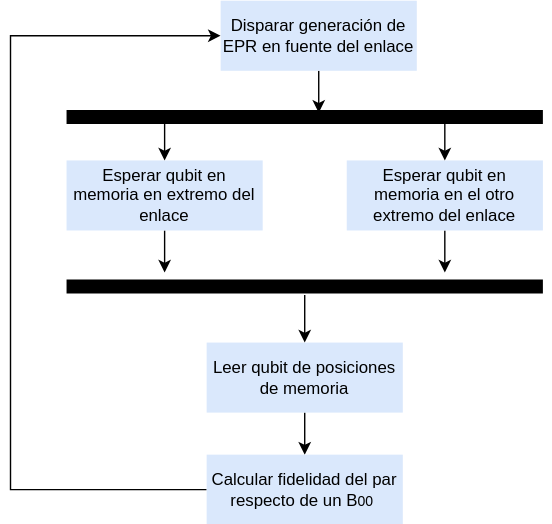
Earlier version of the draw.io export Diagramas/Flujo/tec-LinkFidelityProtocol.svg (davidpcuvigo/quantumcity). Source tidied: cells renumbered, new cells last; positions are measured from the earlier drawing's top-left corner, leaving out a move shared by most shapes. Source of this version:
```xml
<mxGraphModel>
  <root>
    <mxCell id="0" />
    <mxCell id="1" parent="0" />
    <mxCell id="2" style="edgeStyle=orthogonalEdgeStyle;rounded=0;jettySize=auto;html=1;exitX=0.5;exitY=1;exitDx=0;exitDy=0;" parent="1" edge="1" source="3">
      <mxGeometry relative="1" as="geometry">
        <mxPoint x="110" y="194" as="targetPoint" />
      </mxGeometry>
    </mxCell>
    <mxCell id="3" value="Esperar qubit en memoria en extremo del enlace" style="rounded=0;whiteSpace=wrap;html=1;fillColor=#dae8fc;strokeColor=none;" parent="1" vertex="1">
      <mxGeometry x="40" y="114" width="140" height="50" as="geometry" />
    </mxCell>
    <mxCell id="4" style="edgeStyle=orthogonalEdgeStyle;rounded=0;jettySize=auto;html=1;exitX=0.5;exitY=1;exitDx=0;exitDy=0;" parent="1" edge="1" source="5">
      <mxGeometry relative="1" as="geometry">
        <mxPoint x="310" y="194" as="targetPoint" />
      </mxGeometry>
    </mxCell>
    <mxCell id="5" value="Esperar qubit en memoria en el otro extremo del enlace" style="rounded=0;whiteSpace=wrap;html=1;fillColor=#dae8fc;strokeColor=none;" parent="1" vertex="1">
      <mxGeometry x="240" y="114" width="140" height="50" as="geometry" />
    </mxCell>
    <mxCell id="6" style="endArrow=none;html=1;rounded=0;strokeWidth=10;" parent="1" edge="1">
      <mxGeometry relative="1" as="geometry">
        <mxPoint x="40" y="204" as="sourcePoint" />
        <mxPoint x="380" y="204" as="targetPoint" />
      </mxGeometry>
    </mxCell>
    <mxCell id="7" style="edgeStyle=orthogonalEdgeStyle;rounded=0;jettySize=auto;html=1;exitX=0.5;exitY=1;exitDx=0;exitDy=0;entryX=0.5;entryY=0;entryDx=0;entryDy=0;" parent="1" edge="1" source="8" target="10">
      <mxGeometry relative="1" as="geometry" />
    </mxCell>
    <mxCell id="8" value="Leer qubit de posiciones de memoria" style="rounded=0;whiteSpace=wrap;html=1;fillColor=#dae8fc;strokeColor=none;" parent="1" vertex="1">
      <mxGeometry x="140" y="244" width="140" height="50" as="geometry" />
    </mxCell>
    <mxCell id="9" style="edgeStyle=orthogonalEdgeStyle;rounded=0;jettySize=auto;html=1;exitX=0;exitY=0.5;exitDx=0;exitDy=0;entryX=0;entryY=0.5;entryDx=0;entryDy=0;" parent="1" edge="1" source="10" target="12">
      <mxGeometry relative="1" as="geometry">
        <Array as="points">
          <mxPoint y="349" />
          <mxPoint y="25" />
        </Array>
      </mxGeometry>
    </mxCell>
    <mxCell id="10" value="Calcular fidelidad del par respecto de un B&lt;font style=&quot;font-size: 10px;&quot;&gt;00&lt;/font&gt;&amp;nbsp;" style="rounded=0;whiteSpace=wrap;html=1;fillColor=#dae8fc;strokeColor=none;" parent="1" vertex="1">
      <mxGeometry x="140" y="324" width="140" height="50" as="geometry" />
    </mxCell>
    <mxCell id="11" style="edgeStyle=orthogonalEdgeStyle;rounded=0;jettySize=auto;html=1;exitX=0.5;exitY=1;exitDx=0;exitDy=0;" parent="1" edge="1" source="12">
      <mxGeometry relative="1" as="geometry">
        <mxPoint x="220" y="80" as="targetPoint" />
      </mxGeometry>
    </mxCell>
    <mxCell id="12" value="Disparar generación de EPR en fuente del enlace" style="rounded=0;whiteSpace=wrap;html=1;fillColor=#dae8fc;strokeColor=none;" parent="1" vertex="1">
      <mxGeometry x="150" width="140" height="50" as="geometry" />
    </mxCell>
    <mxCell id="13" style="endArrow=none;html=1;rounded=0;strokeWidth=10;" parent="1" edge="1">
      <mxGeometry relative="1" as="geometry">
        <mxPoint x="40" y="83" as="sourcePoint" />
        <mxPoint x="380" y="83" as="targetPoint" />
      </mxGeometry>
    </mxCell>
    <mxCell id="14" style="edgeStyle=orthogonalEdgeStyle;rounded=0;jettySize=auto;html=1;entryX=0.5;entryY=0;entryDx=0;entryDy=0;" parent="1" edge="1" target="3">
      <mxGeometry relative="1" as="geometry">
        <mxPoint x="110" y="80" as="sourcePoint" />
      </mxGeometry>
    </mxCell>
    <mxCell id="15" style="edgeStyle=orthogonalEdgeStyle;rounded=0;jettySize=auto;html=1;entryX=0.5;entryY=0;entryDx=0;entryDy=0;" parent="1" edge="1" target="5">
      <mxGeometry relative="1" as="geometry">
        <mxPoint x="310" y="80" as="sourcePoint" />
      </mxGeometry>
    </mxCell>
    <mxCell id="16" style="edgeStyle=orthogonalEdgeStyle;rounded=0;jettySize=auto;html=1;entryX=0.5;entryY=0;entryDx=0;entryDy=0;" parent="1" edge="1" target="8">
      <mxGeometry relative="1" as="geometry">
        <mxPoint x="210" y="210" as="sourcePoint" />
        <Array as="points">
          <mxPoint x="210" y="220" />
          <mxPoint x="210" y="220" />
        </Array>
      </mxGeometry>
    </mxCell>
  </root>
</mxGraphModel>
```
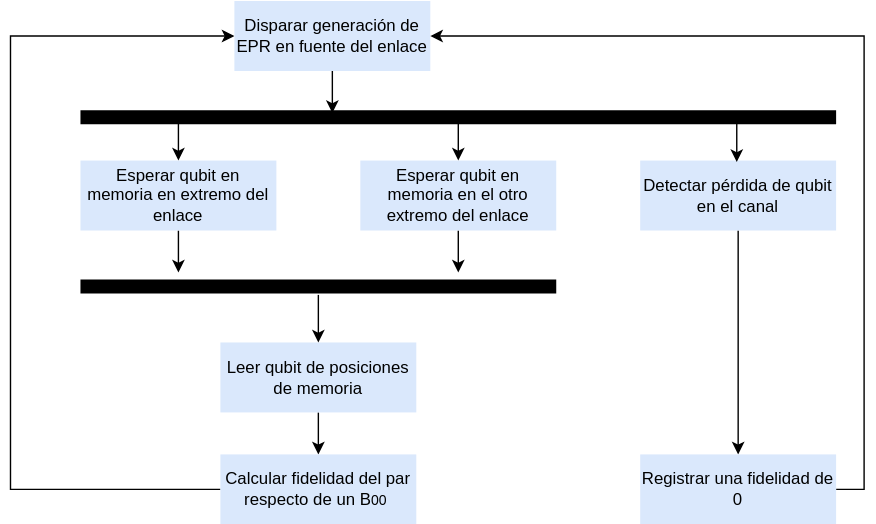
After the change.

What changed in the source:
```diff
@@ -33,8 +33,8 @@
     <mxCell id="9" style="edgeStyle=orthogonalEdgeStyle;rounded=0;jettySize=auto;html=1;exitX=0;exitY=0.5;exitDx=0;exitDy=0;entryX=0;entryY=0.5;entryDx=0;entryDy=0;" parent="1" edge="1" source="10" target="12">
       <mxGeometry relative="1" as="geometry">
         <Array as="points">
-          <mxPoint y="349" />
-          <mxPoint y="25" />
+          <mxPoint x="-10" y="349" />
+          <mxPoint x="-10" y="25" />
         </Array>
       </mxGeometry>
     </mxCell>
@@ -52,7 +52,7 @@
     <mxCell id="13" style="endArrow=none;html=1;rounded=0;strokeWidth=10;" parent="1" edge="1">
       <mxGeometry relative="1" as="geometry">
         <mxPoint x="40" y="83" as="sourcePoint" />
-        <mxPoint x="380" y="83" as="targetPoint" />
+        <mxPoint x="580" y="83" as="targetPoint" />
       </mxGeometry>
     </mxCell>
     <mxCell id="14" style="edgeStyle=orthogonalEdgeStyle;rounded=0;jettySize=auto;html=1;entryX=0.5;entryY=0;entryDx=0;entryDy=0;" parent="1" edge="1" target="3">
@@ -74,5 +74,23 @@
         </Array>
       </mxGeometry>
     </mxCell>
+    <mxCell id="17" style="edgeStyle=orthogonalEdgeStyle;rounded=0;jettySize=auto;html=1;exitX=0.5;exitY=1;exitDx=0;exitDy=0;entryX=0.5;entryY=0;entryDx=0;entryDy=0;" parent="1" edge="1" source="18" target="20">
+      <mxGeometry relative="1" as="geometry" />
+    </mxCell>
+    <mxCell id="18" value="Detectar pérdida de qubit en el canal" style="rounded=0;whiteSpace=wrap;html=1;fillColor=#dae8fc;strokeColor=none;" parent="1" vertex="1">
+      <mxGeometry x="440" y="114" width="140" height="50" as="geometry" />
+    </mxCell>
+    <mxCell id="19" style="edgeStyle=orthogonalEdgeStyle;rounded=0;jettySize=auto;html=1;exitX=1;exitY=0.5;exitDx=0;exitDy=0;entryX=1;entryY=0.5;entryDx=0;entryDy=0;" parent="1" edge="1" source="20" target="12">
+      <mxGeometry relative="1" as="geometry" />
+    </mxCell>
+    <mxCell id="20" value="Registrar una fidelidad de 0" style="rounded=0;whiteSpace=wrap;html=1;fillColor=#dae8fc;strokeColor=none;" parent="1" vertex="1">
+      <mxGeometry x="440" y="324" width="140" height="50" as="geometry" />
+    </mxCell>
+    <mxCell id="21" style="edgeStyle=orthogonalEdgeStyle;rounded=0;orthogonalLoop=1;jettySize=auto;html=1;entryX=0.5;entryY=0;entryDx=0;entryDy=0;" parent="1" edge="1">
+      <mxGeometry relative="1" as="geometry">
+        <mxPoint x="509" y="81" as="sourcePoint" />
+        <mxPoint x="509" y="115" as="targetPoint" />
+      </mxGeometry>
+    </mxCell>
   </root>
 </mxGraphModel>
```
